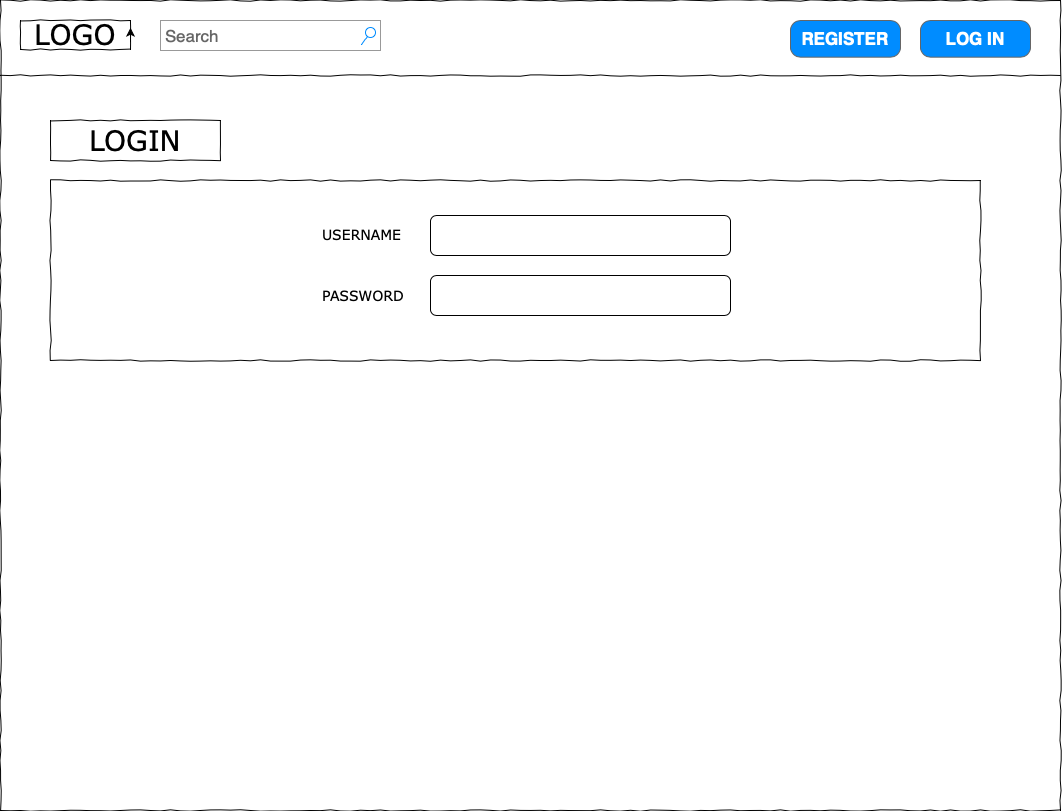
hannaohandrews/resource_wall keeps this draw.io diagram as wireframes/3_login.png. Above is the earlier version. Source tidied: cells renumbered, new cells last; positions are measured from the earlier drawing's top-left corner, leaving out a move shared by most shapes. Source of this version:
```xml
<mxGraphModel>
  <root>
    <mxCell id="0" />
    <mxCell id="1" parent="0" />
    <mxCell id="2" style="whiteSpace=wrap;html=1;rounded=0;shadow=0;labelBackgroundColor=none;strokeColor=#000000;strokeWidth=1;fillColor=none;fontFamily=Verdana;fontSize=12;fontColor=#000000;align=center;comic=1;" parent="1" vertex="1">
      <mxGeometry width="1060" height="810" as="geometry" />
    </mxCell>
    <mxCell id="3" value="LOGO" style="whiteSpace=wrap;html=1;rounded=0;shadow=0;labelBackgroundColor=none;strokeWidth=1;fontFamily=Verdana;fontSize=28;align=center;comic=1;" parent="1" vertex="1">
      <mxGeometry x="20" y="20" width="110" height="28.9" as="geometry" />
    </mxCell>
    <mxCell id="4" value="Search" style="strokeWidth=1;shadow=0;dashed=0;align=center;html=1;shape=mxgraph.mockup.forms.searchBox;strokeColor=#999999;mainText=;strokeColor2=#008cff;fontColor=#666666;fontSize=17;align=left;spacingLeft=3;rounded=0;labelBackgroundColor=none;comic=1;" parent="1" vertex="1">
      <mxGeometry x="160" y="20" width="220" height="30" as="geometry" />
    </mxCell>
    <mxCell id="5" style="line;strokeWidth=1;html=1;rounded=0;shadow=0;labelBackgroundColor=none;fillColor=none;fontFamily=Verdana;fontSize=14;fontColor=#000000;align=center;comic=1;" parent="1" vertex="1">
      <mxGeometry y="70" width="1060" height="10" as="geometry" />
    </mxCell>
    <mxCell id="6" value="LOG IN&lt;span style=&quot;color: rgba(0 , 0 , 0 , 0) ; font-family: monospace ; font-size: 0px ; font-weight: normal&quot;&gt;%3CmxGraphModel%3E%3Croot%3E%3CmxCell%20id%3D%220%22%2F%3E%3CmxCell%20id%3D%221%22%20parent%3D%220%22%2F%3E%3CmxCell%20id%3D%222%22%20value%3D%22HANNAH%20BANANA%22%20style%3D%22text%3Bhtml%3D1%3Bpoints%3D%5B%5D%3Balign%3Dleft%3BverticalAlign%3Dtop%3BspacingTop%3D-4%3BfontSize%3D14%3BfontFamily%3DVerdana%22%20vertex%3D%221%22%20parent%3D%221%22%3E%3CmxGeometry%20x%3D%22720%22%20y%3D%2245%22%20width%3D%22120%22%20height%3D%2220%22%20as%3D%22geometry%22%2F%3E%3C%2FmxCell%3E%3CmxCell%20id%3D%223%22%20value%3D%22%22%20style%3D%22verticalLabelPosition%3Dbottom%3Bshadow%3D0%3Bdashed%3D0%3Balign%3Dcenter%3Bhtml%3D1%3BverticalAlign%3Dtop%3BstrokeWidth%3D1%3Bshape%3Dmxgraph.mockup.containers.userFemale%3BstrokeColor%3D%23666666%3BstrokeColor2%3D%23008cff%3B%22%20vertex%3D%221%22%20parent%3D%221%22%3E%3CmxGeometry%20x%3D%22860%22%20y%3D%2232.290000000000006%22%20width%3D%2250%22%20height%3D%2250%22%20as%3D%22geometry%22%2F%3E%3C%2FmxCell%3E%3C%2Froot%3E%3C%2FmxGraphMode&lt;/span&gt;" style="strokeWidth=1;shadow=0;dashed=0;align=center;html=1;shape=mxgraph.mockup.buttons.button;strokeColor=#666666;fontColor=#ffffff;mainText=;buttonStyle=round;fontSize=17;fontStyle=1;fillColor=#008cff;whiteSpace=wrap;" parent="1" vertex="1">
      <mxGeometry x="920" y="20" width="110" height="36.7" as="geometry" />
    </mxCell>
    <mxCell id="7" style="edgeStyle=orthogonalEdgeStyle;rounded=0;orthogonalLoop=1;jettySize=auto;html=1;exitX=1;exitY=0.75;exitDx=0;exitDy=0;entryX=1;entryY=0.25;entryDx=0;entryDy=0;" parent="1" edge="1" source="3" target="3">
      <mxGeometry relative="1" as="geometry" />
    </mxCell>
    <mxCell id="8" style="edgeStyle=orthogonalEdgeStyle;rounded=0;orthogonalLoop=1;jettySize=auto;html=1;exitX=0.5;exitY=1;exitDx=0;exitDy=0;" parent="1" edge="1">
      <mxGeometry relative="1" as="geometry">
        <mxPoint x="620" y="420" as="sourcePoint" />
        <mxPoint x="620" y="420" as="targetPoint" />
      </mxGeometry>
    </mxCell>
    <mxCell id="9" value="LOGIN" style="whiteSpace=wrap;html=1;rounded=0;shadow=0;labelBackgroundColor=none;strokeWidth=1;fontFamily=Verdana;fontSize=28;align=center;comic=1;" parent="1" vertex="1">
      <mxGeometry x="50" y="120" width="170" height="40" as="geometry" />
    </mxCell>
    <mxCell id="10" value="USERNAME" style="text;html=1;align=left;verticalAlign=top;spacingTop=-4;fontSize=14;fontFamily=Verdana;" parent="1" vertex="1">
      <mxGeometry x="320" y="223.9" width="170" height="20" as="geometry" />
    </mxCell>
    <mxCell id="11" value="PASSWORD" style="text;html=1;align=left;verticalAlign=top;spacingTop=-4;fontSize=14;fontFamily=Verdana;" parent="1" vertex="1">
      <mxGeometry x="320" y="285" width="170" height="20" as="geometry" />
    </mxCell>
    <mxCell id="12" style="rounded=1;whiteSpace=wrap;html=1;" parent="1" vertex="1">
      <mxGeometry x="430" y="215" width="300" height="40" as="geometry" />
    </mxCell>
    <mxCell id="13" style="rounded=1;whiteSpace=wrap;html=1;" parent="1" vertex="1">
      <mxGeometry x="430" y="275" width="300" height="40" as="geometry" />
    </mxCell>
    <mxCell id="14" style="whiteSpace=wrap;html=1;rounded=0;shadow=0;labelBackgroundColor=none;strokeWidth=1;fillColor=none;fontFamily=Verdana;fontSize=12;align=center;comic=1;" parent="1" vertex="1">
      <mxGeometry x="50" y="180" width="930" height="180" as="geometry" />
    </mxCell>
    <mxCell id="15" value="REGISTER" style="strokeWidth=1;shadow=0;dashed=0;align=center;html=1;shape=mxgraph.mockup.buttons.button;strokeColor=#666666;fontColor=#ffffff;mainText=;buttonStyle=round;fontSize=17;fontStyle=1;fillColor=#008cff;whiteSpace=wrap;" parent="1" vertex="1">
      <mxGeometry x="790" y="20" width="110" height="36.7" as="geometry" />
    </mxCell>
  </root>
</mxGraphModel>
```
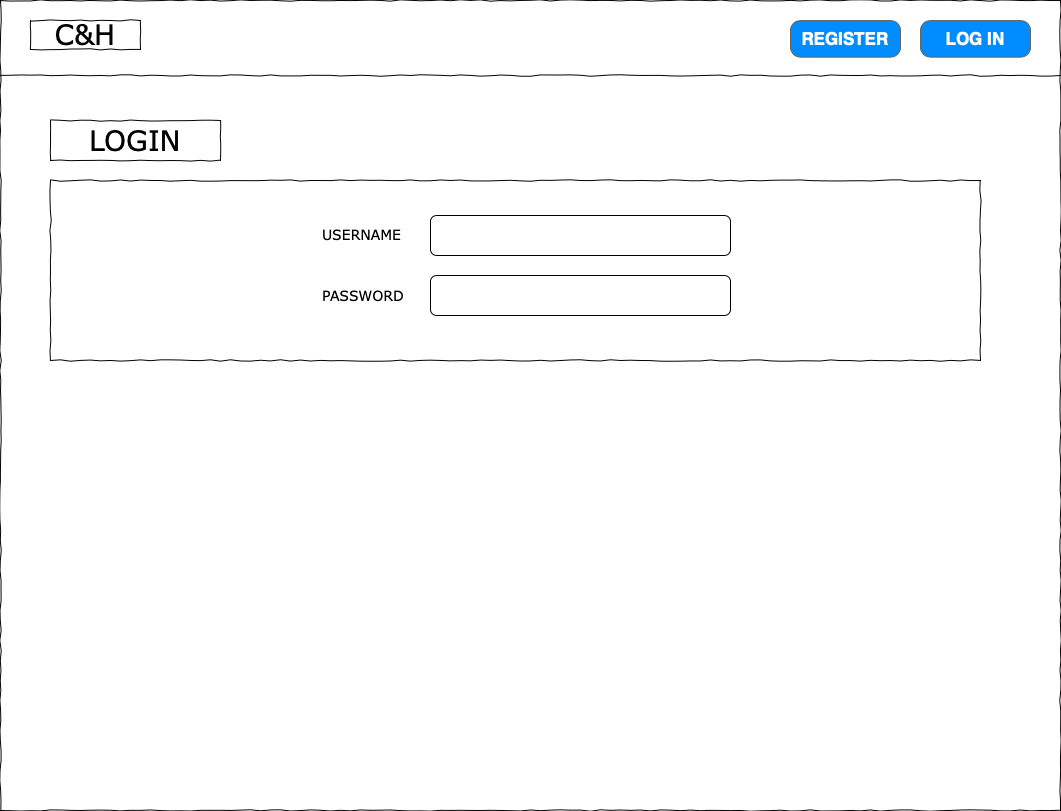
After the commit.

Change to the diagram source:
```diff
@@ -5,20 +5,17 @@
     <mxCell id="2" style="whiteSpace=wrap;html=1;rounded=0;shadow=0;labelBackgroundColor=none;strokeColor=#000000;strokeWidth=1;fillColor=none;fontFamily=Verdana;fontSize=12;fontColor=#000000;align=center;comic=1;" parent="1" vertex="1">
       <mxGeometry width="1060" height="810" as="geometry" />
     </mxCell>
-    <mxCell id="3" value="LOGO" style="whiteSpace=wrap;html=1;rounded=0;shadow=0;labelBackgroundColor=none;strokeWidth=1;fontFamily=Verdana;fontSize=28;align=center;comic=1;" parent="1" vertex="1">
-      <mxGeometry x="20" y="20" width="110" height="28.9" as="geometry" />
-    </mxCell>
-    <mxCell id="4" value="Search" style="strokeWidth=1;shadow=0;dashed=0;align=center;html=1;shape=mxgraph.mockup.forms.searchBox;strokeColor=#999999;mainText=;strokeColor2=#008cff;fontColor=#666666;fontSize=17;align=left;spacingLeft=3;rounded=0;labelBackgroundColor=none;comic=1;" parent="1" vertex="1">
-      <mxGeometry x="160" y="20" width="220" height="30" as="geometry" />
-    </mxCell>
     <mxCell id="5" style="line;strokeWidth=1;html=1;rounded=0;shadow=0;labelBackgroundColor=none;fillColor=none;fontFamily=Verdana;fontSize=14;fontColor=#000000;align=center;comic=1;" parent="1" vertex="1">
       <mxGeometry y="70" width="1060" height="10" as="geometry" />
     </mxCell>
     <mxCell id="6" value="LOG IN&lt;span style=&quot;color: rgba(0 , 0 , 0 , 0) ; font-family: monospace ; font-size: 0px ; font-weight: normal&quot;&gt;%3CmxGraphModel%3E%3Croot%3E%3CmxCell%20id%3D%220%22%2F%3E%3CmxCell%20id%3D%221%22%20parent%3D%220%22%2F%3E%3CmxCell%20id%3D%222%22%20value%3D%22HANNAH%20BANANA%22%20style%3D%22text%3Bhtml%3D1%3Bpoints%3D%5B%5D%3Balign%3Dleft%3BverticalAlign%3Dtop%3BspacingTop%3D-4%3BfontSize%3D14%3BfontFamily%3DVerdana%22%20vertex%3D%221%22%20parent%3D%221%22%3E%3CmxGeometry%20x%3D%22720%22%20y%3D%2245%22%20width%3D%22120%22%20height%3D%2220%22%20as%3D%22geometry%22%2F%3E%3C%2FmxCell%3E%3CmxCell%20id%3D%223%22%20value%3D%22%22%20style%3D%22verticalLabelPosition%3Dbottom%3Bshadow%3D0%3Bdashed%3D0%3Balign%3Dcenter%3Bhtml%3D1%3BverticalAlign%3Dtop%3BstrokeWidth%3D1%3Bshape%3Dmxgraph.mockup.containers.userFemale%3BstrokeColor%3D%23666666%3BstrokeColor2%3D%23008cff%3B%22%20vertex%3D%221%22%20parent%3D%221%22%3E%3CmxGeometry%20x%3D%22860%22%20y%3D%2232.290000000000006%22%20width%3D%2250%22%20height%3D%2250%22%20as%3D%22geometry%22%2F%3E%3C%2FmxCell%3E%3C%2Froot%3E%3C%2FmxGraphMode&lt;/span&gt;" style="strokeWidth=1;shadow=0;dashed=0;align=center;html=1;shape=mxgraph.mockup.buttons.button;strokeColor=#666666;fontColor=#ffffff;mainText=;buttonStyle=round;fontSize=17;fontStyle=1;fillColor=#008cff;whiteSpace=wrap;" parent="1" vertex="1">
       <mxGeometry x="920" y="20" width="110" height="36.7" as="geometry" />
     </mxCell>
-    <mxCell id="7" style="edgeStyle=orthogonalEdgeStyle;rounded=0;orthogonalLoop=1;jettySize=auto;html=1;exitX=1;exitY=0.75;exitDx=0;exitDy=0;entryX=1;entryY=0.25;entryDx=0;entryDy=0;" parent="1" edge="1" source="3" target="3">
-      <mxGeometry relative="1" as="geometry" />
+    <mxCell id="7" style="edgeStyle=orthogonalEdgeStyle;rounded=0;orthogonalLoop=1;jettySize=auto;html=1;exitX=1;exitY=0.75;exitDx=0;exitDy=0;entryX=1;entryY=0.25;entryDx=0;entryDy=0;" parent="1" edge="1">
+      <mxGeometry relative="1" as="geometry">
+        <mxPoint x="130" y="41.7" as="sourcePoint" />
+        <mxPoint x="130" y="27.2" as="targetPoint" />
+      </mxGeometry>
     </mxCell>
     <mxCell id="8" style="edgeStyle=orthogonalEdgeStyle;rounded=0;orthogonalLoop=1;jettySize=auto;html=1;exitX=0.5;exitY=1;exitDx=0;exitDy=0;" parent="1" edge="1">
       <mxGeometry relative="1" as="geometry">
@@ -47,5 +44,8 @@
     <mxCell id="15" value="REGISTER" style="strokeWidth=1;shadow=0;dashed=0;align=center;html=1;shape=mxgraph.mockup.buttons.button;strokeColor=#666666;fontColor=#ffffff;mainText=;buttonStyle=round;fontSize=17;fontStyle=1;fillColor=#008cff;whiteSpace=wrap;" parent="1" vertex="1">
       <mxGeometry x="790" y="20" width="110" height="36.7" as="geometry" />
     </mxCell>
+    <mxCell id="16" value="C&amp;amp;H" style="whiteSpace=wrap;html=1;rounded=0;shadow=0;labelBackgroundColor=none;strokeWidth=1;fontFamily=Verdana;fontSize=28;align=center;comic=1;" parent="1" vertex="1">
+      <mxGeometry x="30" y="20" width="110" height="28.9" as="geometry" />
+    </mxCell>
   </root>
 </mxGraphModel>
```
